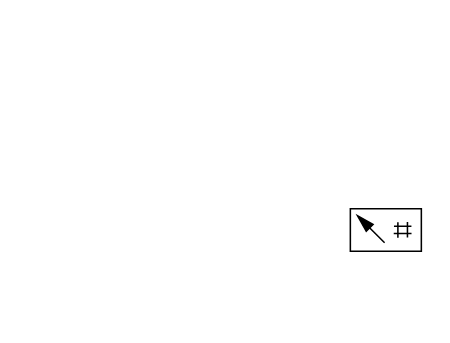
CharifMah/Systemes_automatises keeps this draw.io diagram as PDCA4/Schema_technique.drawio. Above is the earlier version. Source tidied: cells renumbered, new cells numbered last; positions are measured from the earlier drawing's top-left corner, leaving out a move shared by most shapes. Both pictures are drawn from the tidied source at 154%, with x=0, y=0 at pixel (350, 208).
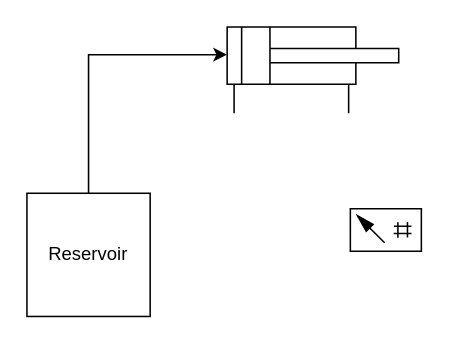
After the change.

Diff of the diagram source:
```diff
@@
 <mxGraphModel>
   <root>
     <mxCell id="0" />
     <mxCell id="1" parent="0" />
     <mxCell id="2" style="verticalLabelPosition=bottom;html=1;verticalAlign=top;fillColor=strokeColor;align=center;shape=mxgraph.fluid_power.x11800;" parent="1" vertex="1">
       <mxGeometry width="46.1" height="27.7" as="geometry" />
     </mxCell>
+    <mxCell id="3" style="verticalLabelPosition=bottom;html=1;verticalAlign=top;fillColor=strokeColor;align=center;outlineConnect=0;shape=mxgraph.fluid_power.x11450;points=[[0.04,1,0],[0.707,1,0]];" parent="1" vertex="1">
+      <mxGeometry x="-80" y="-118" width="111.4" height="56" as="geometry" />
+    </mxCell>
+    <mxCell id="4" style="edgeStyle=orthogonalEdgeStyle;rounded=0;jettySize=auto;html=1;" parent="1" edge="1" source="5" target="3">
+      <mxGeometry relative="1" as="geometry">
+        <Array as="points">
+          <mxPoint x="-170" y="-100" />
+        </Array>
+      </mxGeometry>
+    </mxCell>
+    <mxCell id="5" value="Reservoir" style="whiteSpace=wrap;html=1;" parent="1" vertex="1">
+      <mxGeometry x="-210" y="-10" width="80" height="80" as="geometry" />
+    </mxCell>
   </root>
 </mxGraphModel>
```
